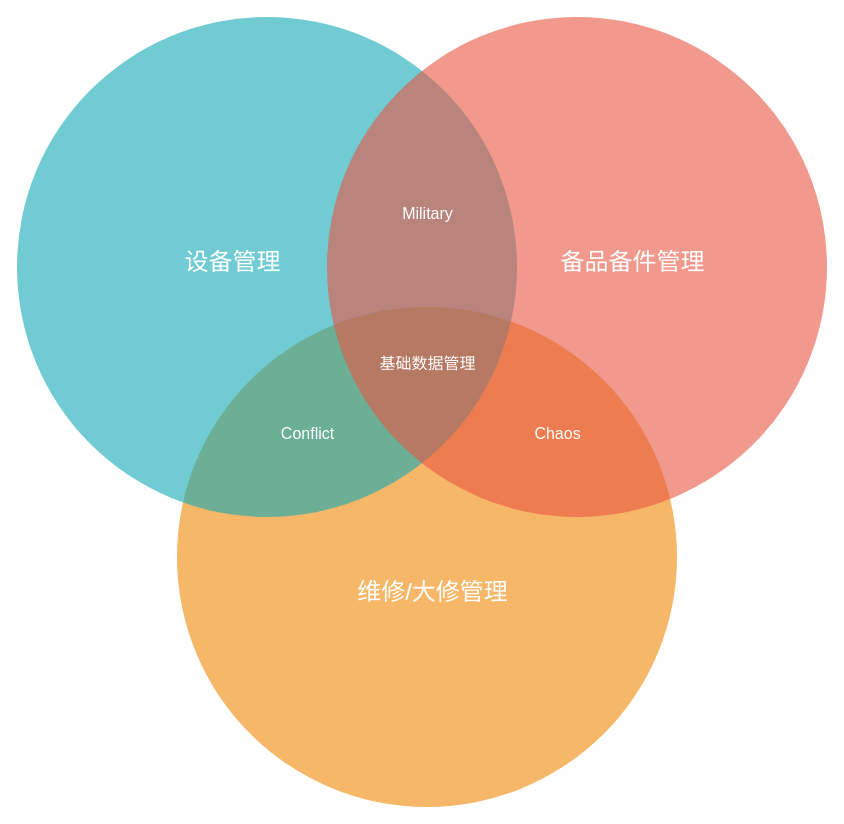
Earlier version of the draw.io diagram Diagram1.drawio (zhouxb522/test). Source tidied: cells renumbered, new cells numbered last; positions are measured from the earlier drawing's top-left corner, leaving out a move shared by most shapes. Both pictures are drawn from the tidied source at 100%, with x=0, y=0 at pixel (17, 16).
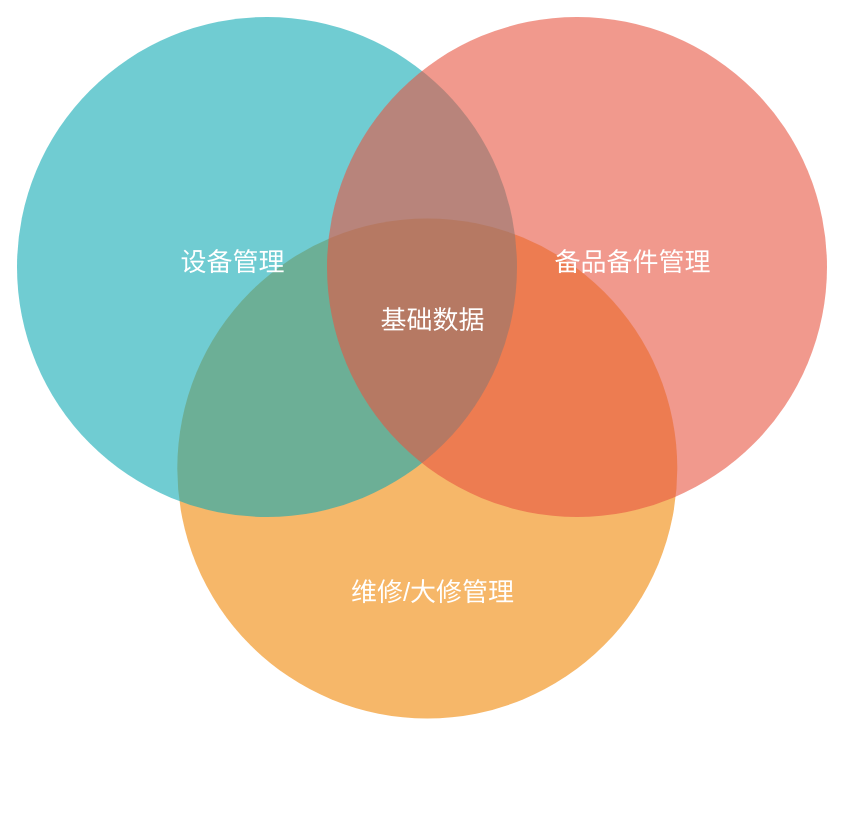
The same diagram, later.

The edit, as a diff of the source:
```diff
@@
 <mxGraphModel>
   <root>
     <mxCell id="0" />
     <mxCell id="1" parent="0" />
     <mxCell id="2" style="ellipse;fillColor=#F08705;opacity=60;strokeColor=none;html=1;fontColor=#FFFFFF;" parent="1" vertex="1">
-      <mxGeometry x="159.5" y="290.5" width="500" height="500" as="geometry" />
+      <mxGeometry x="159.8" y="202" width="500" height="500" as="geometry" />
     </mxCell>
     <mxCell id="3" style="ellipse;fillColor=#12AAB5;opacity=60;strokeColor=none;html=1;fontColor=#FFFFFF;" parent="1" vertex="1">
       <mxGeometry x="-0.5" y="0.5" width="500" height="500" as="geometry" />
     </mxCell>
     <mxCell id="4" style="ellipse;fillColor=#e85642;opacity=60;strokeColor=none;html=1;fontColor=#FFFFFF;" parent="1" vertex="1">
       <mxGeometry x="309.5" y="0.5" width="500" height="500" as="geometry" />
     </mxCell>
-    <mxCell id="5" value="设备管理" style="text;fontSize=24;align=center;verticalAlign=middle;html=1;fontColor=#FFFFFF;" parent="1" vertex="1">
+    <mxCell id="5" value="设备管理" style="text;fontSize=26;align=center;verticalAlign=middle;html=1;fontColor=#FFFFFF;" parent="1" vertex="1">
       <mxGeometry x="119.5" y="210.5" width="190" height="70" as="geometry" />
     </mxCell>
-    <mxCell id="6" value="备品备件管理" style="text;fontSize=24;align=center;verticalAlign=middle;html=1;fontColor=#FFFFFF;" parent="1" vertex="1">
+    <mxCell id="6" value="备品备件管理" style="text;fontSize=26;align=center;verticalAlign=middle;html=1;fontColor=#FFFFFF;" parent="1" vertex="1">
       <mxGeometry x="519.5" y="210.5" width="190" height="70" as="geometry" />
     </mxCell>
-    <mxCell id="7" value="维修/大修管理" style="text;fontSize=24;align=center;verticalAlign=middle;html=1;fontColor=#FFFFFF;" parent="1" vertex="1">
+    <mxCell id="7" value="维修/大修管理" style="text;fontSize=26;align=center;verticalAlign=middle;html=1;fontColor=#FFFFFF;" parent="1" vertex="1">
       <mxGeometry x="319.5" y="540.5" width="190" height="70" as="geometry" />
     </mxCell>
-    <mxCell id="8" value="Military" style="text;align=center;html=1;fontColor=#FFFFFF;fontSize=16;" parent="1" vertex="1">
-      <mxGeometry x="389.5" y="180.5" width="40" height="40" as="geometry" />
-    </mxCell>
-    <mxCell id="9" value="Conflict" style="text;align=center;html=1;fontColor=#FFFFFF;fontSize=16;" parent="1" vertex="1">
-      <mxGeometry x="269.5" y="400.5" width="40" height="40" as="geometry" />
-    </mxCell>
-    <mxCell id="10" value="Chaos" style="text;align=center;html=1;fontColor=#FFFFFF;fontSize=16;" parent="1" vertex="1">
-      <mxGeometry x="519.5" y="400.5" width="40" height="40" as="geometry" />
-    </mxCell>
-    <mxCell id="11" value="基础数据管理" style="text;align=center;html=1;fontColor=#FFFFFF;fontSize=16;" parent="1" vertex="1">
-      <mxGeometry x="389.5" y="330.5" width="40.5" height="40" as="geometry" />
+    <mxCell id="11" value="基础数据" style="text;align=center;html=1;fontColor=#FFFFFF;fontSize=26;" parent="1" vertex="1">
+      <mxGeometry x="376.6" y="282" width="75.8" height="60" as="geometry" />
     </mxCell>
   </root>
 </mxGraphModel>
```
